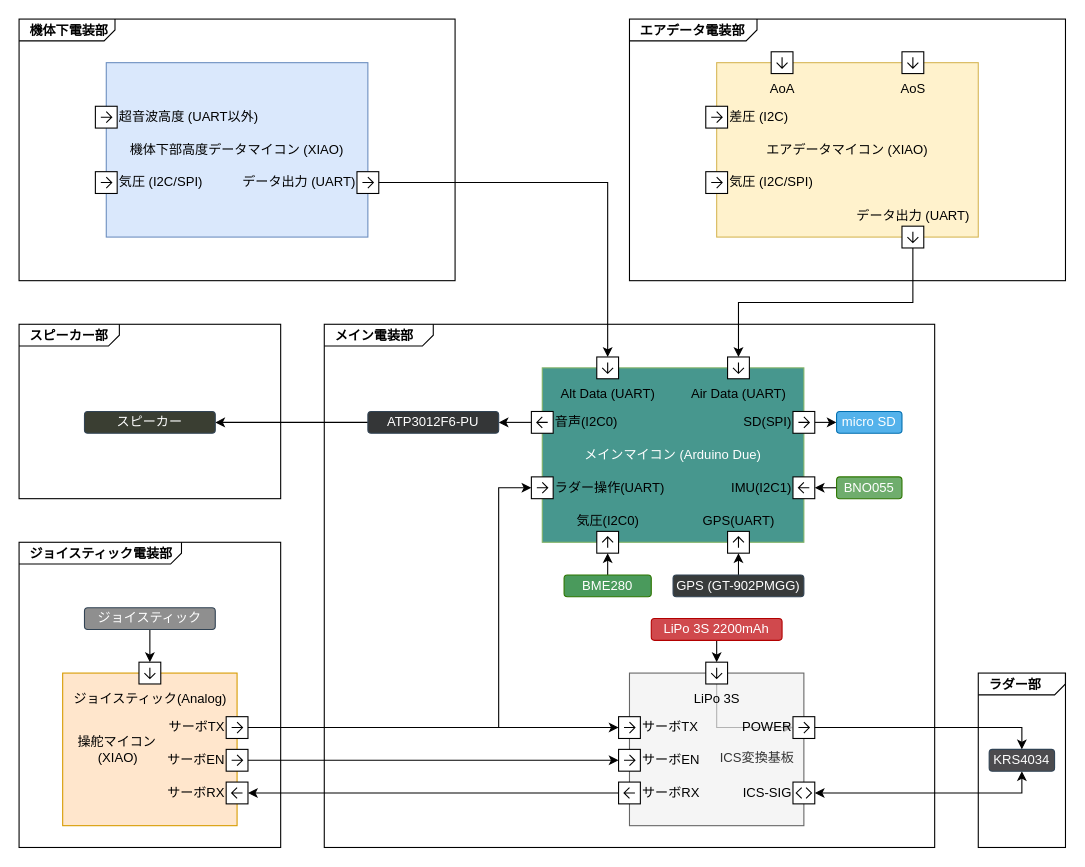
This is images/blog/torica/アーキテクチャ設計.drawio from 771-8bit/771-8bit.github.io, a draw.io file, before an edit. Source tidied: cells renumbered, new cells numbered last; positions are measured from the earlier drawing's top-left corner, leaving out a move shared by most shapes. Both pictures are drawn from the tidied source at 109%, with x=0, y=0 at pixel (19, 19).
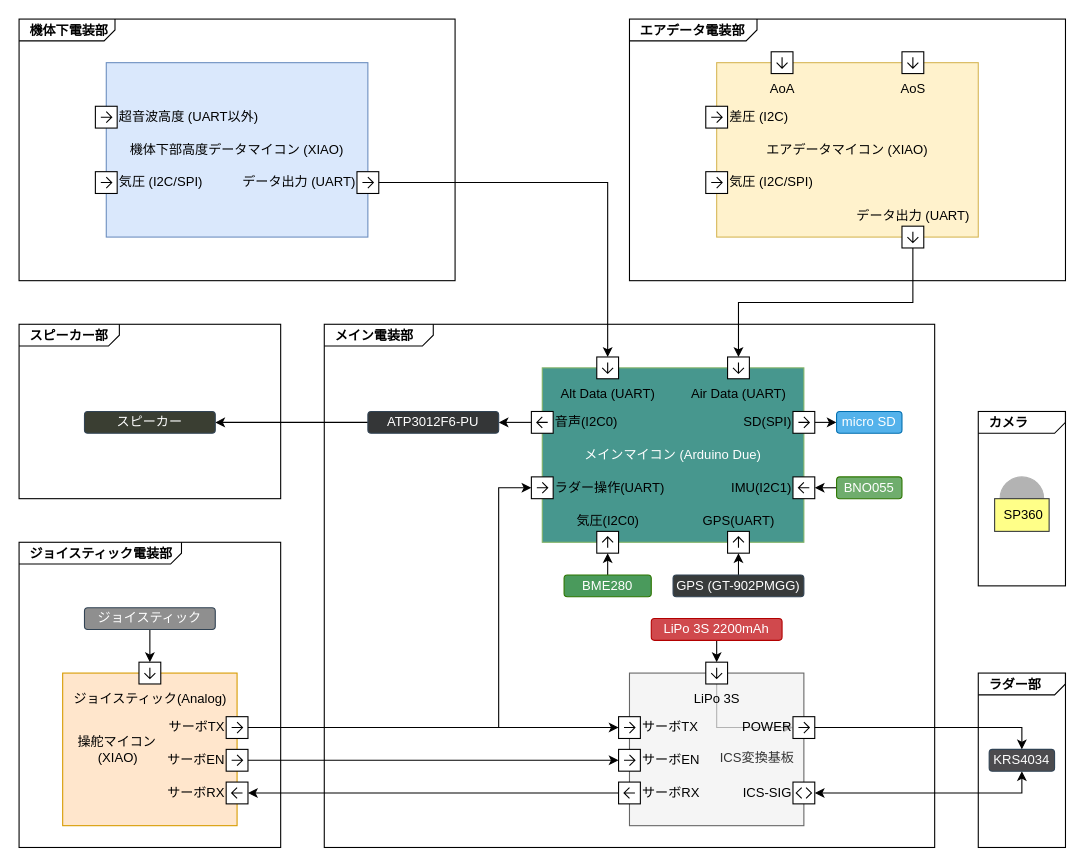
The same page after the edit.

Diff of the diagram source:
```diff
@@
+    <mxCell id="71" value="&lt;p style=&quot;margin:0px;margin-top:4px;margin-left:10px;text-align:left;&quot;&gt;&lt;b&gt;カメラ&lt;/b&gt;&lt;/p&gt;" style="html=1;shape=mxgraph.sysml.package;html=1;overflow=fill;whiteSpace=wrap;labelX=117;" parent="1" vertex="1">
+      <mxGeometry x="880" y="360" width="80" height="160" as="geometry" />
+    </mxCell>
+    <mxCell id="72" style="ellipse;whiteSpace=wrap;html=1;strokeColor=#B3B3B3;fillColor=#B3B3B3;" parent="1" vertex="1">
+      <mxGeometry x="900" y="420" width="40" height="40" as="geometry" />
+    </mxCell>
+    <mxCell id="73" value="&amp;nbsp;SP360" style="whiteSpace=wrap;html=1;fillColor=#ffff88;strokeColor=#36393d;" parent="1" vertex="1">
+      <mxGeometry x="895" y="440" width="50" height="30" as="geometry" />
+    </mxCell>
```
